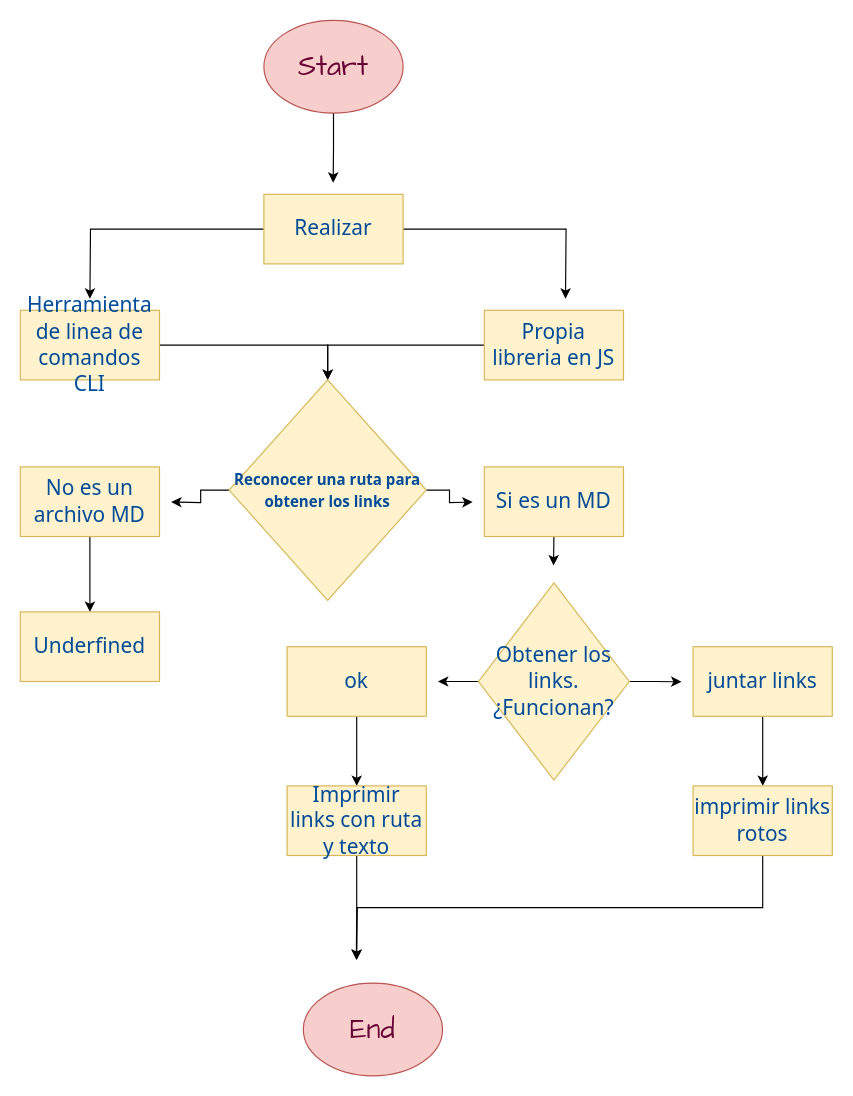
MiriamNM/CDMX010-md-links keeps this draw.io diagram as Untitled Diagram.drawio. Above is the earlier version. Source tidied: cells renumbered, new cells numbered last; positions are measured from the earlier drawing's top-left corner, leaving out a move shared by most shapes. Both pictures are drawn from the tidied source at 116%, with x=0, y=0 at pixel (20, 20).
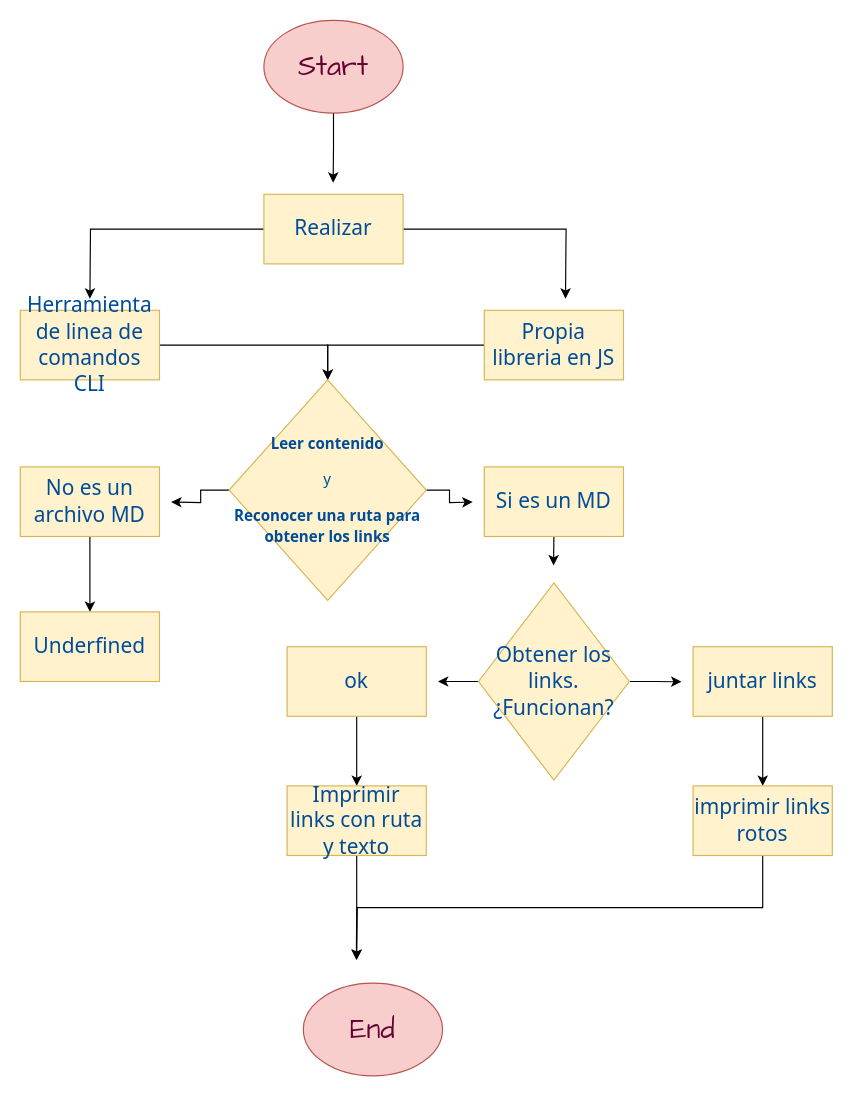
The same page after the edit.

What changed in the source:
```diff
@@
-    <mxCell id="14" value="&lt;h3&gt;&lt;span style=&quot;line-height: 130%&quot;&gt;&lt;font style=&quot;font-size: 13px&quot;&gt;Reconocer una ruta para obtener los links&lt;/font&gt;&lt;/span&gt;&lt;/h3&gt;" style="rhombus;whiteSpace=wrap;html=1;fillColor=#fff2cc;strokeColor=#d6b656;fontFamily=Tahoma;fontColor=#004C99;textDirection=ltr;align=center;" parent="1" vertex="1">
+    <mxCell id="14" value="&lt;h3&gt;&lt;span style=&quot;font-size: 13px&quot;&gt;Leer contenido&lt;/span&gt;&lt;/h3&gt;&lt;div&gt;&lt;span style=&quot;font-size: 13px&quot;&gt;y&lt;/span&gt;&lt;/div&gt;&lt;h3&gt;&lt;span style=&quot;line-height: 130%&quot;&gt;&lt;font style=&quot;font-size: 13px&quot;&gt;Reconocer una ruta para obtener los links&lt;/font&gt;&lt;/span&gt;&lt;/h3&gt;" style="rhombus;whiteSpace=wrap;html=1;fillColor=#fff2cc;strokeColor=#d6b656;fontFamily=Tahoma;fontColor=#004C99;textDirection=ltr;align=center;" parent="1" vertex="1">
       <mxGeometry x="180" y="310" width="170" height="190" as="geometry" />
     </mxCell>
```
